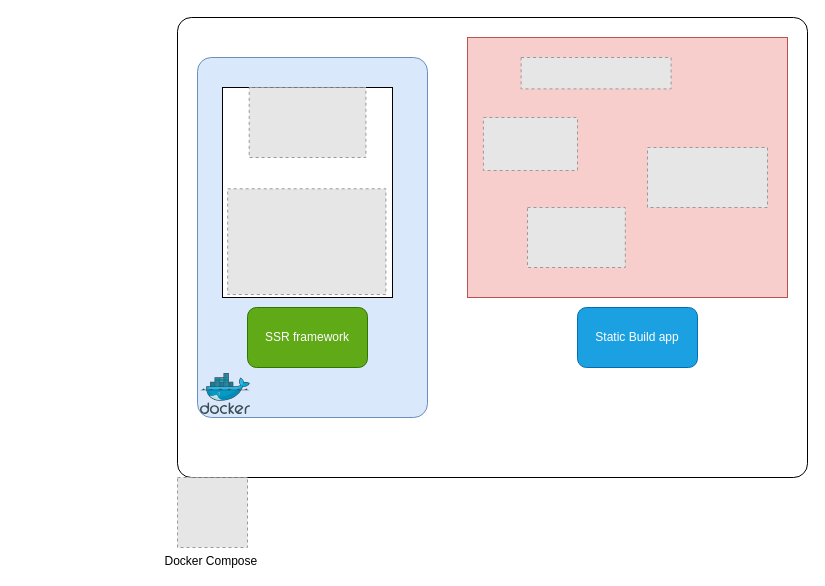
The draw.io diagram diagram.drawio in vital-tools/vt-auth-middleware, before the edit. Source tidied: cells renumbered, new cells numbered last; positions are measured from the earlier drawing's top-left corner, leaving out a move shared by most shapes. Both pictures are drawn from the tidied source at 100%, with x=0, y=0 at pixel (177, 17). Pictures stored in the file or linked from it are replaced by grey dashed boxes.
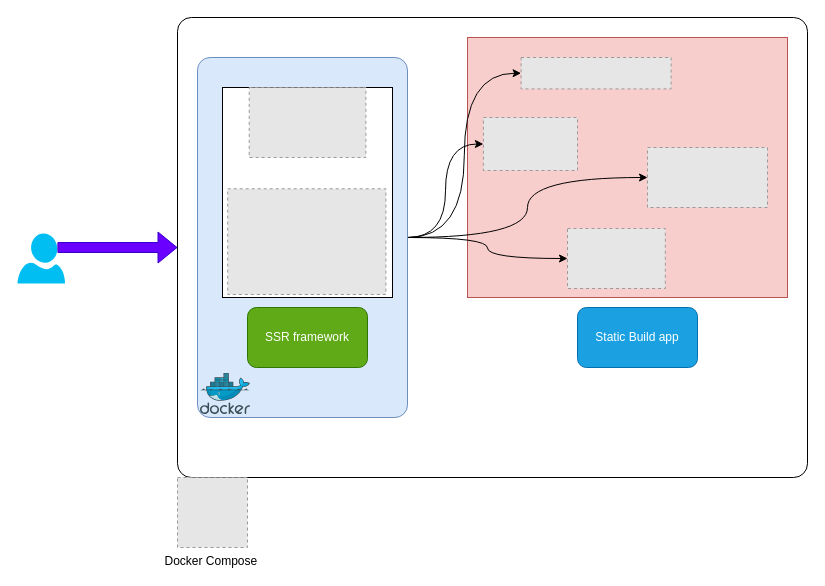
Above is the later version.

Commit message (it also covers changes not shown here):
enhance diagram flow

Unchanged cells that the change refers to:
```xml
<mxCell id="2" style="rounded=1;whiteSpace=wrap;html=1;arcSize=3;" parent="1" vertex="1">
  <mxGeometry width="630" height="460" as="geometry" />
</mxCell>
<mxCell id="5" style="fillColor=#E6E6E6;strokeColor=#999999;dashed=1;verticalLabelPosition=bottom;labelBackgroundColor=default;verticalAlign=top;" parent="1" vertex="1">
  <mxGeometry x="343.6" y="40" width="150" height="31.4" as="geometry" />
</mxCell>
<mxCell id="14" style="fillColor=#E6E6E6;strokeColor=#999999;dashed=1;verticalLabelPosition=bottom;labelBackgroundColor=default;verticalAlign=top;" parent="1" vertex="1">
  <mxGeometry x="470" y="130" width="120" height="60" as="geometry" />
</mxCell>
<mxCell id="15" style="fillColor=#E6E6E6;strokeColor=#999999;dashed=1;verticalLabelPosition=bottom;labelBackgroundColor=default;verticalAlign=top;" parent="1" vertex="1">
  <mxGeometry x="305.9" y="100" width="94.1" height="53" as="geometry" />
</mxCell>
```

Diff of the diagram source:
```diff
@@
     <mxCell id="6" style="fillColor=#E6E6E6;strokeColor=#999999;dashed=1;verticalLabelPosition=bottom;labelBackgroundColor=default;verticalAlign=top;" parent="1" vertex="1">
-      <mxGeometry x="350" y="190" width="97.8" height="60" as="geometry" />
+      <mxGeometry x="390" y="211" width="97.8" height="60" as="geometry" />
     </mxCell>
+    <mxCell id="16" style="edgeStyle=orthogonalEdgeStyle;rounded=0;jettySize=auto;html=1;entryX=0;entryY=0.5;entryDx=0;entryDy=0;curved=1;" parent="1" edge="1" source="7" target="5">
+      <mxGeometry relative="1" as="geometry" />
+    </mxCell>
+    <mxCell id="17" style="edgeStyle=orthogonalEdgeStyle;curved=1;rounded=0;jettySize=auto;html=1;entryX=0;entryY=0.5;entryDx=0;entryDy=0;" parent="1" edge="1" source="7" target="6">
+      <mxGeometry relative="1" as="geometry" />
+    </mxCell>
+    <mxCell id="18" style="edgeStyle=orthogonalEdgeStyle;curved=1;rounded=0;jettySize=auto;html=1;entryX=0;entryY=0.5;entryDx=0;entryDy=0;" parent="1" edge="1" source="7" target="14">
+      <mxGeometry relative="1" as="geometry" />
+    </mxCell>
+    <mxCell id="19" style="edgeStyle=orthogonalEdgeStyle;curved=1;rounded=0;jettySize=auto;html=1;" parent="1" edge="1" source="7" target="15">
+      <mxGeometry relative="1" as="geometry" />
+    </mxCell>
     <mxCell id="7" style="rounded=1;whiteSpace=wrap;html=1;arcSize=6;fillColor=#dae8fc;strokeColor=#6c8ebf;" parent="1" vertex="1">
-      <mxGeometry x="20" y="40" width="230" height="360" as="geometry" />
+      <mxGeometry x="20" y="40" width="210" height="360" as="geometry" />
     </mxCell>
@@
+    <mxCell id="20" style="verticalLabelPosition=bottom;html=1;verticalAlign=top;align=center;strokeColor=none;fillColor=#00BEF2;shape=mxgraph.azure.user;" parent="1" vertex="1">
+      <mxGeometry x="-160" y="216" width="47.5" height="50" as="geometry" />
+    </mxCell>
+    <mxCell id="21" style="shape=flexArrow;endArrow=classic;html=1;rounded=0;fillColor=#6a00ff;strokeColor=#3700CC;entryX=0;entryY=0.5;entryDx=0;entryDy=0;exitX=0.84;exitY=0.28;exitDx=0;exitDy=0;exitPerimeter=0;" parent="1" edge="1" source="20" target="2">
+      <mxGeometry relative="1" as="geometry" />
+    </mxCell>
```
